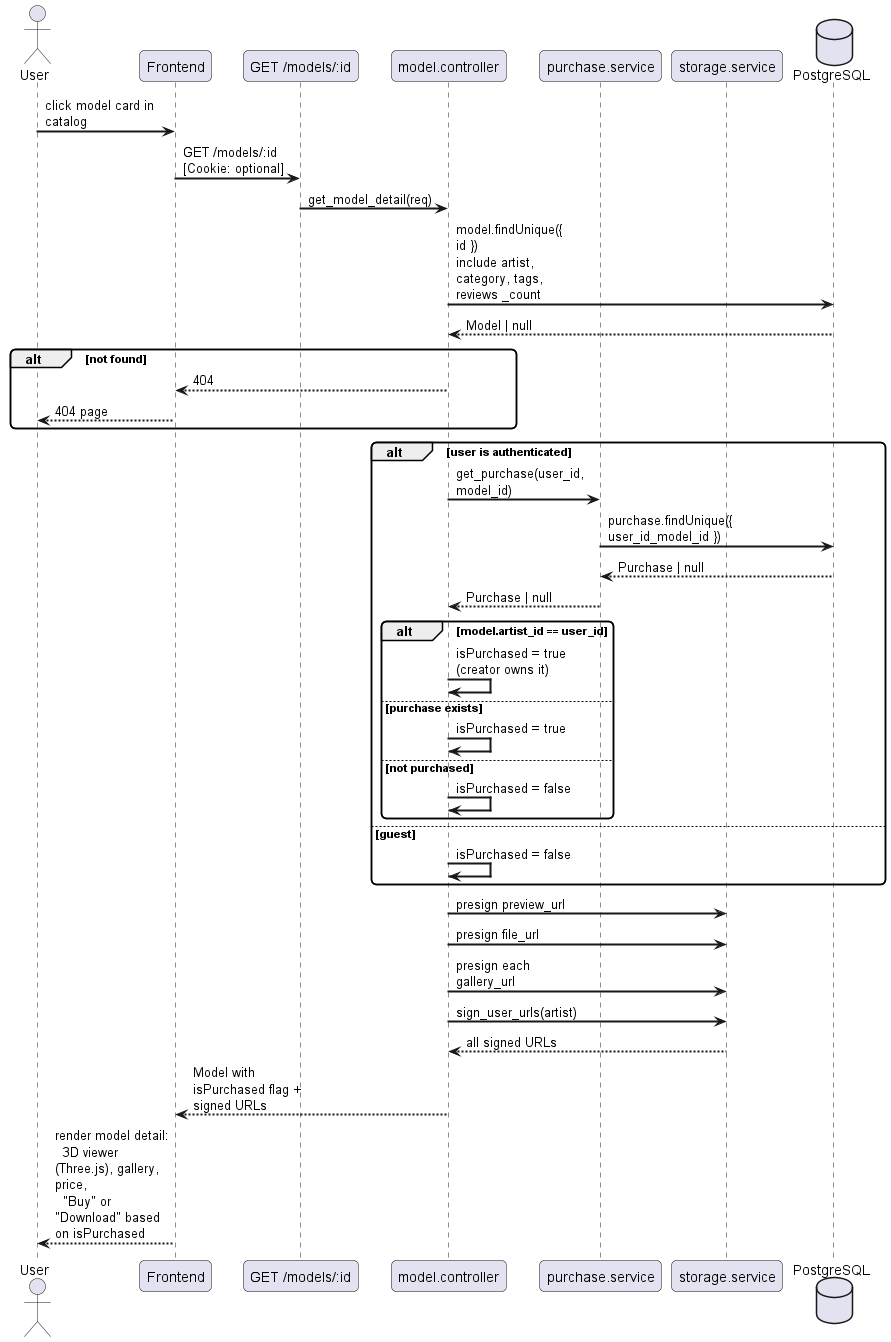
Schryzon/3Dex keeps this PlantUML diagram as docs/diagrams/exports/sequence/catalog/sequence_model_detail.png. Above is the earlier version.
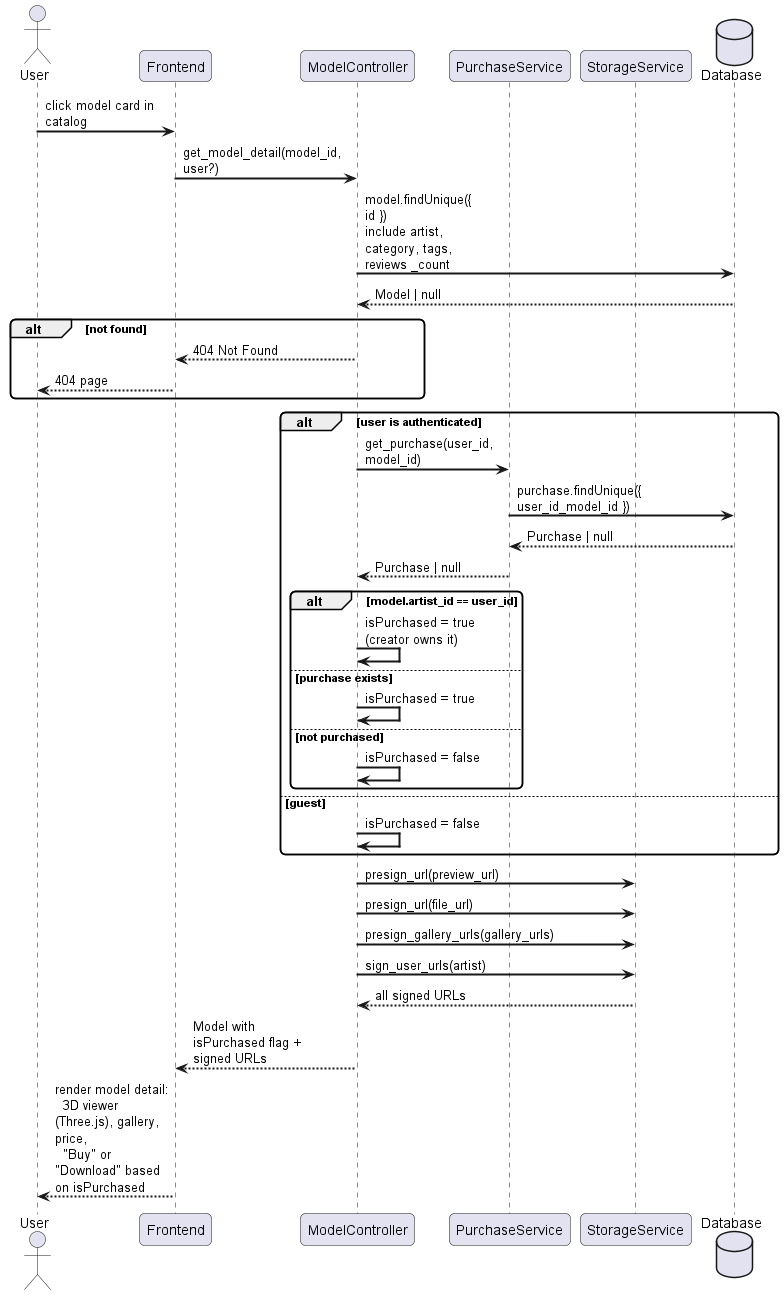
The same file after the commit.

The edit, as a diff of the source:
```diff
@@ -5,19 +5,17 @@
 
 actor "User" as U
 participant "Frontend" as FE
-participant "GET /models/:id" as API
-participant "model.controller" as MC
-participant "purchase.service" as PS
-participant "storage.service" as SS
-database "PostgreSQL" as DB
+participant "ModelController" as MC
+participant "PurchaseService" as PS
+participant "StorageService" as SS
+database "Database" as DB
 
 U -> FE : click model card in catalog
-FE -> API : GET /models/:id\n[Cookie: optional]
-API -> MC : get_model_detail(req)
+FE -> MC : get_model_detail(model_id, user?)
 MC -> DB : model.findUnique({ id })\ninclude artist, category, tags, reviews _count
 DB --> MC : Model | null
 alt not found
-    MC --> FE : 404
+    MC --> FE : 404 Not Found
     FE --> U : 404 page
 end
 
@@ -37,9 +35,9 @@
     MC -> MC : isPurchased = false
 end
 
-MC -> SS : presign preview_url
-MC -> SS : presign file_url
-MC -> SS : presign each gallery_url
+MC -> SS : presign_url(preview_url)
+MC -> SS : presign_url(file_url)
+MC -> SS : presign_gallery_urls(gallery_urls)
 MC -> SS : sign_user_urls(artist)
 SS --> MC : all signed URLs
 
```
